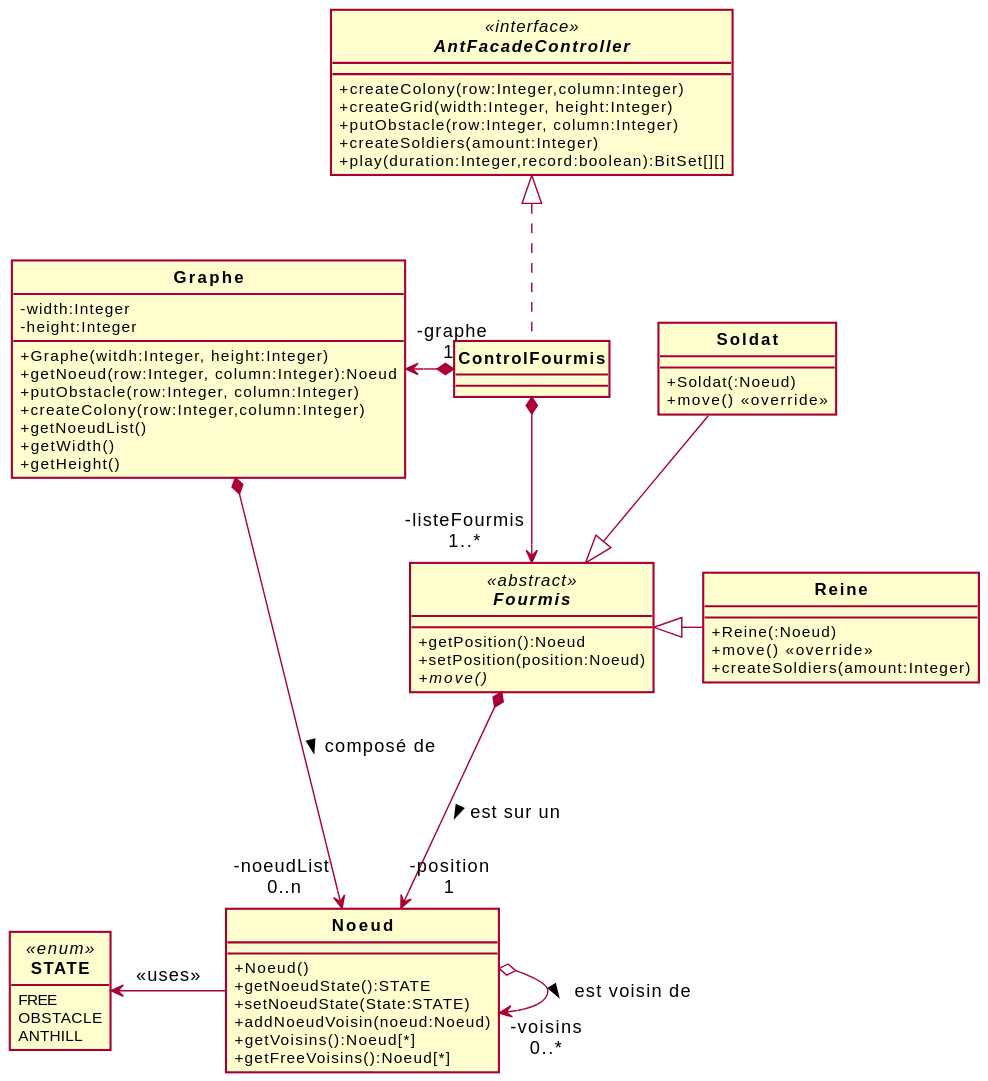
Before: Fourmis_DC.svg, a diagram exported from PlantUML (ErenMustafaGit/ColonieFourmis).
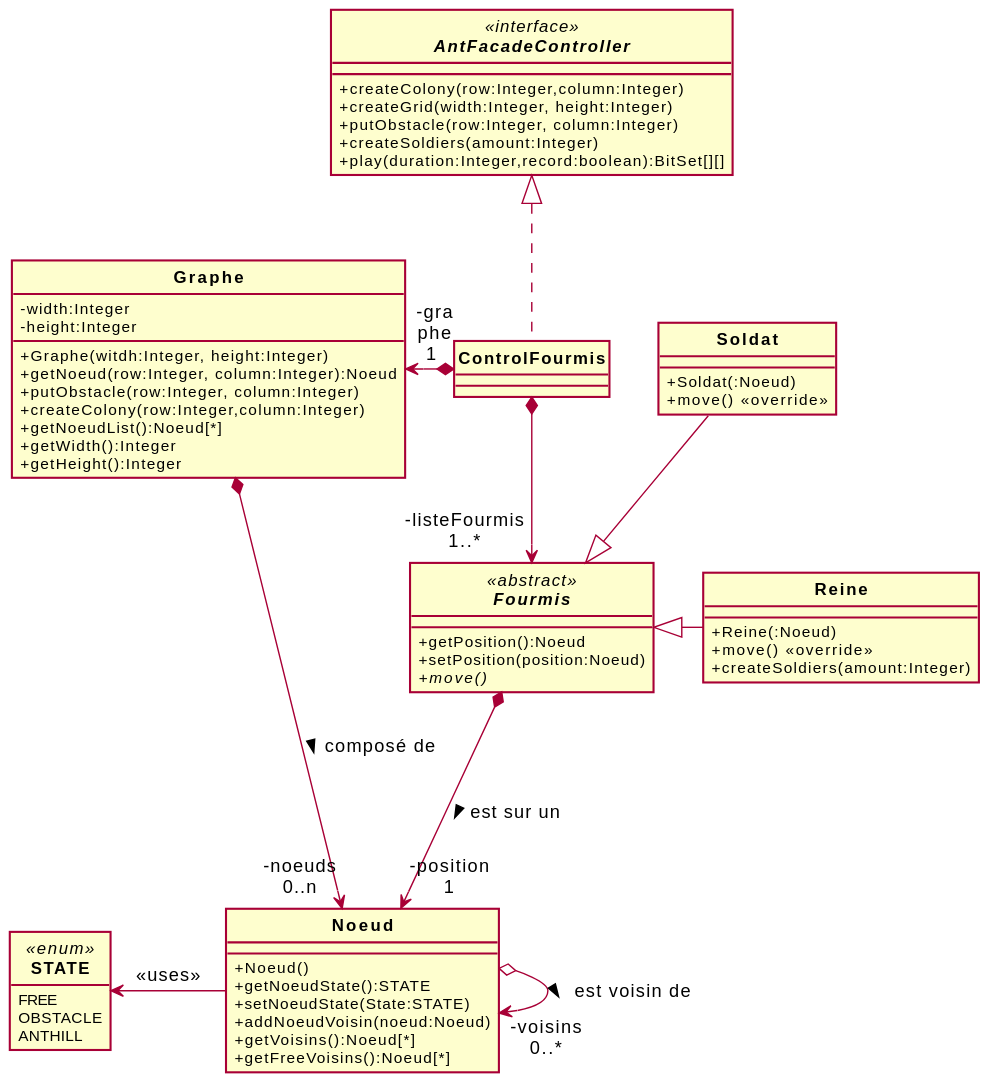
Later version of the same file.

Commit message:
Correction dans la diagramme conception

Change to the diagram source:
```diff
@@ -58,19 +58,19 @@
  +getNoeud(row:Integer, column:Integer):Noeud
  +putObstacle(row:Integer, column:Integer)
  +createColony(row:Integer,column:Integer)
- +getNoeudList()
- +getWidth()
- +getHeight()
+ +getNoeudList():Noeud[*]
+ +getWidth():Integer
+ +getHeight():Integer
 }
 
 
 Soldat --|> Fourmis
 Reine -l-|> Fourmis
 
-ControlFourmis "-graphe\n1 " *-l-> Graphe
+ControlFourmis "-gra\nphe\n1 " *-l-> Graphe
 ControlFourmis  *--> "-listeFourmis\n1..*" Fourmis
 
-Graphe *-r-> "-noeudList \n0..n" Noeud : composé de >
+Graphe *-r-> "-noeuds\n0..n" Noeud : composé de >
 Fourmis *---> "-position\n1" Noeud  : est sur un >
 Noeud o-> "-voisins\n0..*"  Noeud  : est voisin de >
 
```
